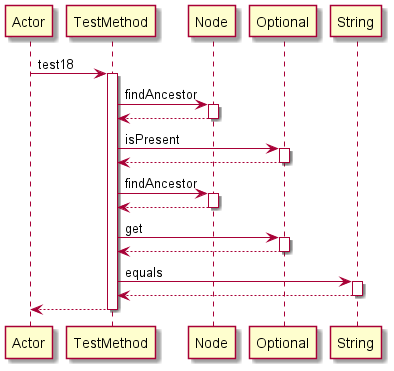
This is Diagrams/test18.png from manucapo/Gardener, a PlantUML export, as it was before one commit.
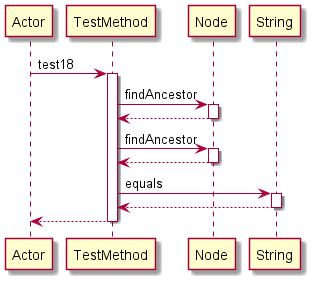
After the change.

What changed in the source:
```diff
@@ -6,18 +6,10 @@
 activate Node
 Node-->TestMethod
 deactivate Node
-TestMethod -> Optional: isPresent
-activate Optional
-Optional-->TestMethod
-deactivate Optional
 TestMethod -> Node: findAncestor
 activate Node
 Node-->TestMethod
 deactivate Node
-TestMethod -> Optional: get
-activate Optional
-Optional-->TestMethod
-deactivate Optional
 TestMethod -> String: equals
 activate String
 String-->TestMethod
```
